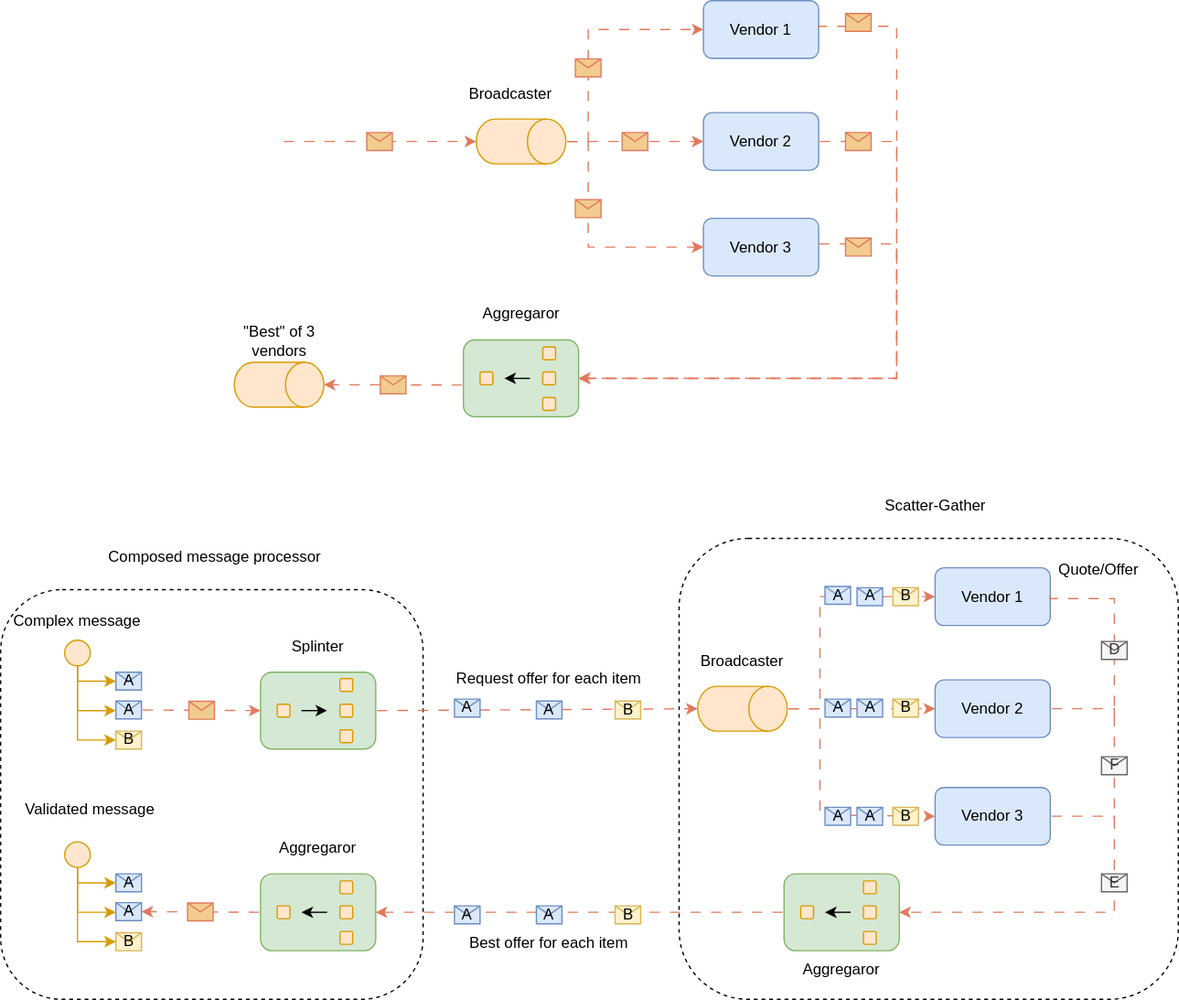
mladenkralev/integration-pattern keeps this draw.io diagram as images/Scatter-Gather.drawio.svg. Above is the earlier version. Source tidied: cells renumbered, new cells last; positions are measured from the earlier drawing's top-left corner, leaving out a move shared by most shapes.
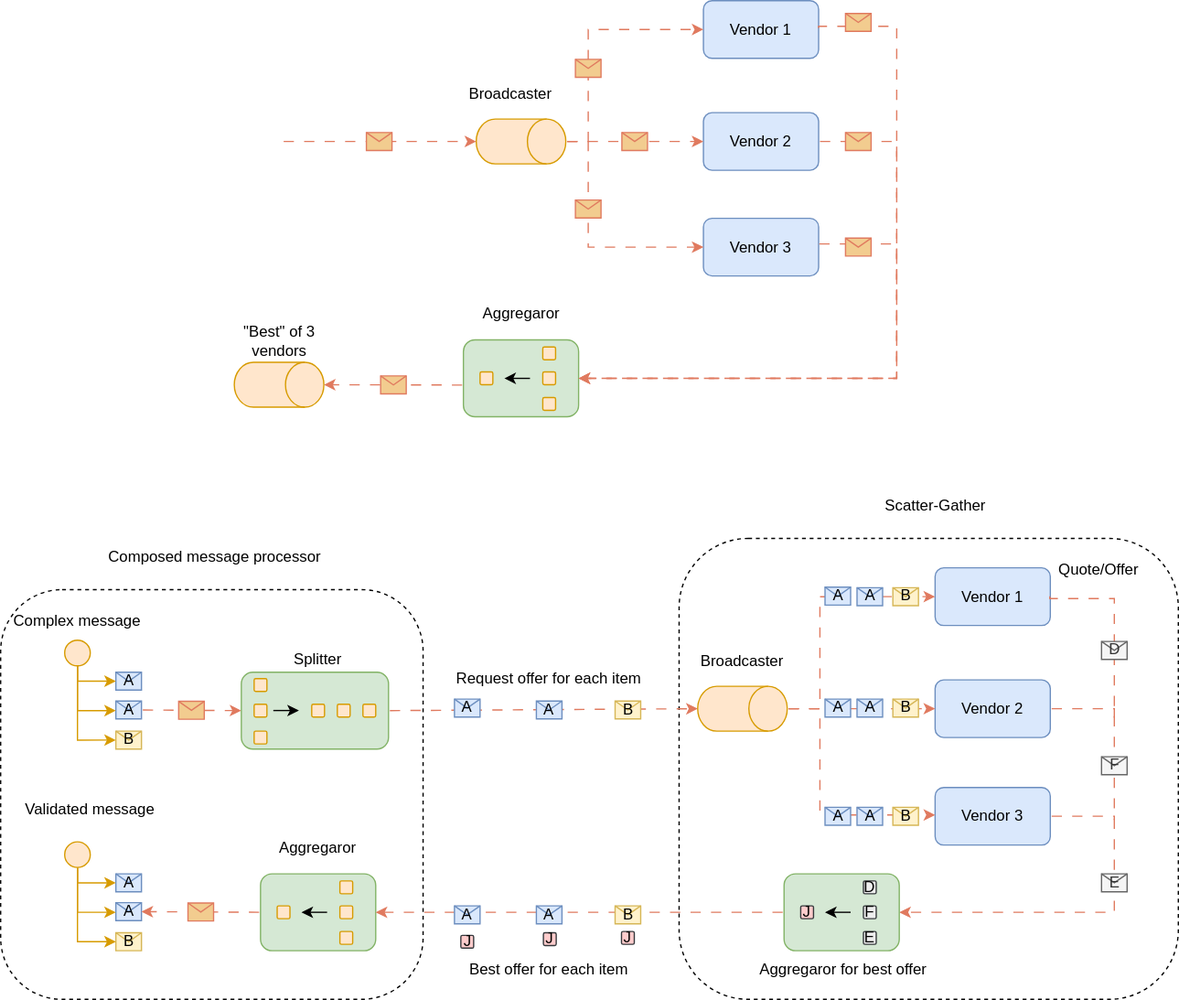
The same diagram one commit later.

Change to the diagram source:
```diff
@@ -32,30 +32,6 @@
     <mxCell id="10" style="rounded=1;whiteSpace=wrap;html=1;labelBackgroundColor=none;fillColor=#ffe6cc;strokeColor=#d79b00;arcSize=12;" parent="1" vertex="1">
       <mxGeometry x="265" y="687.5" width="10" height="10" as="geometry" />
     </mxCell>
-    <mxCell id="11" style="rounded=1;whiteSpace=wrap;html=1;labelBackgroundColor=none;fillColor=#d5e8d4;strokeColor=#82b366;" parent="1" vertex="1">
-      <mxGeometry x="203" y="524.5" width="90" height="60" as="geometry" />
-    </mxCell>
-    <mxCell id="12" style="rounded=1;whiteSpace=wrap;html=1;labelBackgroundColor=none;fillColor=#ffe6cc;strokeColor=#d79b00;arcSize=12;" parent="1" vertex="1">
-      <mxGeometry x="216" y="549.5" width="10" height="10" as="geometry" />
-    </mxCell>
-    <mxCell id="13" style="rounded=1;whiteSpace=wrap;html=1;labelBackgroundColor=none;fillColor=#ffe6cc;strokeColor=#d79b00;arcSize=12;" parent="1" vertex="1">
-      <mxGeometry x="265" y="529.5" width="10" height="10" as="geometry" />
-    </mxCell>
-    <mxCell id="14" style="rounded=1;whiteSpace=wrap;html=1;labelBackgroundColor=none;fillColor=#ffe6cc;strokeColor=#d79b00;arcSize=12;" parent="1" vertex="1">
-      <mxGeometry x="265" y="549.5" width="10" height="10" as="geometry" />
-    </mxCell>
-    <mxCell id="15" style="rounded=1;whiteSpace=wrap;html=1;labelBackgroundColor=none;fillColor=#ffe6cc;strokeColor=#d79b00;arcSize=12;" parent="1" vertex="1">
-      <mxGeometry x="265" y="569.5" width="10" height="10" as="geometry" />
-    </mxCell>
-    <mxCell id="16" style="endArrow=classic;html=1;rounded=0;" parent="1" edge="1">
-      <mxGeometry relative="1" as="geometry">
-        <mxPoint x="235" y="554.5" as="sourcePoint" />
-        <mxPoint x="255" y="554.5" as="targetPoint" />
-      </mxGeometry>
-    </mxCell>
-    <mxCell id="17" value="Splinter" style="text;html=1;align=center;verticalAlign=middle;whiteSpace=wrap;rounded=0;" parent="1" vertex="1">
-      <mxGeometry x="188" y="489.5" width="120" height="30" as="geometry" />
-    </mxCell>
     <mxCell id="18" value="Vendor 1" style="rounded=1;whiteSpace=wrap;html=1;labelBackgroundColor=none;fillColor=#dae8fc;strokeColor=#6c8ebf;" parent="1" vertex="1">
       <mxGeometry x="549" width="90" height="45" as="geometry" />
     </mxCell>
@@ -223,7 +199,7 @@
         </Array>
       </mxGeometry>
     </mxCell>
-    <mxCell id="56" style="endArrow=classic;html=1;rounded=0;flowAnimation=1;labelBackgroundColor=none;strokeColor=#E07A5F;fontColor=default;entryX=0.5;entryY=1;entryDx=0;entryDy=0;entryPerimeter=0;exitX=1;exitY=0.5;exitDx=0;exitDy=0;" parent="1" edge="1" source="11" target="49">
+    <mxCell id="56" style="endArrow=classic;html=1;rounded=0;flowAnimation=1;labelBackgroundColor=none;strokeColor=#E07A5F;fontColor=default;entryX=0.5;entryY=1;entryDx=0;entryDy=0;entryPerimeter=0;exitX=1;exitY=0.5;exitDx=0;exitDy=0;" parent="1" edge="1" source="111" target="49">
       <mxGeometry relative="1" as="geometry" />
     </mxCell>
     <mxCell id="57" value="Broadcaster" style="text;html=1;align=center;verticalAlign=middle;whiteSpace=wrap;rounded=0;" parent="1" vertex="1">
@@ -265,7 +241,7 @@
     <mxCell id="65" value="Complex message" style="text;html=1;align=center;verticalAlign=middle;whiteSpace=wrap;rounded=0;" parent="1" vertex="1">
       <mxGeometry y="469.5" width="120" height="30" as="geometry" />
     </mxCell>
-    <mxCell id="66" style="endArrow=classic;html=1;rounded=0;flowAnimation=1;labelBackgroundColor=none;strokeColor=#E07A5F;fontColor=default;entryX=0;entryY=0.5;entryDx=0;entryDy=0;exitX=1;exitY=0.5;exitDx=0;exitDy=0;" parent="1" edge="1" source="59" target="11">
+    <mxCell id="66" style="endArrow=classic;html=1;rounded=0;flowAnimation=1;labelBackgroundColor=none;strokeColor=#E07A5F;fontColor=default;entryX=0;entryY=0.5;entryDx=0;entryDy=0;exitX=1;exitY=0.5;exitDx=0;exitDy=0;" parent="1" edge="1" source="59" target="111">
       <mxGeometry relative="1" as="geometry" />
     </mxCell>
     <mxCell id="67" style="shape=message;html=1;labelBackgroundColor=none;fillColor=#F2CC8F;strokeColor=#E07A5F;fontColor=#393C56;" parent="66" vertex="1">
@@ -360,10 +336,10 @@
     <mxCell id="86" style="rounded=1;whiteSpace=wrap;html=1;labelBackgroundColor=none;fillColor=#d5e8d4;strokeColor=#82b366;" parent="1" vertex="1">
       <mxGeometry x="612" y="682" width="90" height="60" as="geometry" />
     </mxCell>
-    <mxCell id="87" style="rounded=1;whiteSpace=wrap;html=1;labelBackgroundColor=none;fillColor=#ffe6cc;strokeColor=#d79b00;arcSize=12;" parent="1" vertex="1">
+    <mxCell id="87" value="J" style="rounded=1;whiteSpace=wrap;html=1;labelBackgroundColor=none;fillColor=#ffcccc;strokeColor=#36393d;arcSize=12;" parent="1" vertex="1">
       <mxGeometry x="625" y="707" width="10" height="10" as="geometry" />
     </mxCell>
-    <mxCell id="88" style="rounded=1;whiteSpace=wrap;html=1;labelBackgroundColor=none;fillColor=#ffe6cc;strokeColor=#d79b00;arcSize=12;" parent="1" vertex="1">
+    <mxCell id="88" value="F" style="rounded=1;whiteSpace=wrap;html=1;labelBackgroundColor=none;fillColor=#eeeeee;strokeColor=#36393d;arcSize=12;" parent="1" vertex="1">
       <mxGeometry x="674" y="707" width="10" height="10" as="geometry" />
     </mxCell>
     <mxCell id="89" style="endArrow=none;html=1;rounded=0;endFill=0;startArrow=classic;startFill=1;" parent="1" edge="1">
@@ -372,13 +348,13 @@
         <mxPoint x="664" y="712" as="targetPoint" />
       </mxGeometry>
     </mxCell>
-    <mxCell id="90" value="Aggregaror" style="text;html=1;align=center;verticalAlign=middle;whiteSpace=wrap;rounded=0;" parent="1" vertex="1">
-      <mxGeometry x="597" y="742" width="120" height="30" as="geometry" />
+    <mxCell id="90" value="Aggregaror for best offer" style="text;html=1;align=center;verticalAlign=middle;whiteSpace=wrap;rounded=0;" parent="1" vertex="1">
+      <mxGeometry x="587" y="742" width="143" height="30" as="geometry" />
     </mxCell>
-    <mxCell id="91" style="rounded=1;whiteSpace=wrap;html=1;labelBackgroundColor=none;fillColor=#ffe6cc;strokeColor=#d79b00;arcSize=12;" parent="1" vertex="1">
+    <mxCell id="91" value="E" style="rounded=1;whiteSpace=wrap;html=1;labelBackgroundColor=none;fillColor=#eeeeee;strokeColor=#36393d;arcSize=12;" parent="1" vertex="1">
       <mxGeometry x="674" y="727" width="10" height="10" as="geometry" />
     </mxCell>
-    <mxCell id="92" style="rounded=1;whiteSpace=wrap;html=1;labelBackgroundColor=none;fillColor=#ffe6cc;strokeColor=#d79b00;arcSize=12;" parent="1" vertex="1">
+    <mxCell id="92" value="D" style="rounded=1;whiteSpace=wrap;html=1;labelBackgroundColor=none;fillColor=#eeeeee;arcSize=12;strokeColor=#36393d;" parent="1" vertex="1">
       <mxGeometry x="674" y="687.5" width="10" height="10" as="geometry" />
     </mxCell>
     <mxCell id="93" value="A" style="shape=message;html=1;labelBackgroundColor=none;fillColor=#dae8fc;strokeColor=#6c8ebf;" parent="1" vertex="1">
@@ -430,10 +406,52 @@
       <mxGeometry x="354.5" y="707" width="20" height="14" as="geometry" />
     </mxCell>
     <mxCell id="109" value="Best offer for each item" style="text;html=1;align=center;verticalAlign=middle;whiteSpace=wrap;rounded=0;" parent="1" vertex="1">
-      <mxGeometry x="342" y="721" width="173" height="30" as="geometry" />
+      <mxGeometry x="342" y="742" width="173" height="30" as="geometry" />
     </mxCell>
     <mxCell id="110" value="Request offer for each item" style="text;html=1;align=center;verticalAlign=middle;whiteSpace=wrap;rounded=0;" parent="1" vertex="1">
       <mxGeometry x="342" y="514.5" width="173" height="30" as="geometry" />
     </mxCell>
+    <mxCell id="111" style="rounded=1;whiteSpace=wrap;html=1;labelBackgroundColor=none;fillColor=#d5e8d4;strokeColor=#82b366;" parent="1" vertex="1">
+      <mxGeometry x="188" y="524.5" width="115" height="60" as="geometry" />
+    </mxCell>
+    <mxCell id="112" style="rounded=1;whiteSpace=wrap;html=1;labelBackgroundColor=none;fillColor=#ffe6cc;strokeColor=#d79b00;arcSize=12;" parent="1" vertex="1">
+      <mxGeometry x="198" y="549.5" width="10" height="10" as="geometry" />
+    </mxCell>
+    <mxCell id="113" style="rounded=1;whiteSpace=wrap;html=1;labelBackgroundColor=none;fillColor=#ffe6cc;strokeColor=#d79b00;arcSize=12;" parent="1" vertex="1">
+      <mxGeometry x="198" y="529.5" width="10" height="10" as="geometry" />
+    </mxCell>
+    <mxCell id="114" style="rounded=1;whiteSpace=wrap;html=1;labelBackgroundColor=none;fillColor=#ffe6cc;strokeColor=#d79b00;arcSize=12;" parent="1" vertex="1">
+      <mxGeometry x="283" y="549.5" width="10" height="10" as="geometry" />
+    </mxCell>
+    <mxCell id="115" style="rounded=1;whiteSpace=wrap;html=1;labelBackgroundColor=none;fillColor=#ffe6cc;strokeColor=#d79b00;arcSize=12;" parent="1" vertex="1">
+      <mxGeometry x="198" y="570.5" width="10" height="10" as="geometry" />
+    </mxCell>
+    <mxCell id="116" style="endArrow=classic;html=1;rounded=0;" parent="1" edge="1">
+      <mxGeometry relative="1" as="geometry">
+        <mxPoint x="213" y="554.4" as="sourcePoint" />
+        <mxPoint x="233" y="554.4" as="targetPoint" />
+        <Array as="points">
+          <mxPoint x="213" y="554.5" />
+        </Array>
+      </mxGeometry>
+    </mxCell>
+    <mxCell id="117" value="Splitter" style="text;html=1;align=center;verticalAlign=middle;whiteSpace=wrap;rounded=0;" parent="1" vertex="1">
+      <mxGeometry x="188" y="499.5" width="120" height="30" as="geometry" />
+    </mxCell>
+    <mxCell id="118" style="rounded=1;whiteSpace=wrap;html=1;labelBackgroundColor=none;fillColor=#ffe6cc;strokeColor=#d79b00;arcSize=12;" parent="1" vertex="1">
+      <mxGeometry x="243" y="549.5" width="10" height="10" as="geometry" />
+    </mxCell>
+    <mxCell id="119" style="rounded=1;whiteSpace=wrap;html=1;labelBackgroundColor=none;fillColor=#ffe6cc;strokeColor=#d79b00;arcSize=12;" parent="1" vertex="1">
+      <mxGeometry x="263" y="549.5" width="10" height="10" as="geometry" />
+    </mxCell>
+    <mxCell id="120" value="J" style="rounded=1;whiteSpace=wrap;html=1;labelBackgroundColor=none;fillColor=#ffcccc;strokeColor=#36393d;arcSize=12;" parent="1" vertex="1">
+      <mxGeometry x="485" y="727" width="10" height="10" as="geometry" />
+    </mxCell>
+    <mxCell id="121" value="J" style="rounded=1;whiteSpace=wrap;html=1;labelBackgroundColor=none;fillColor=#ffcccc;strokeColor=#36393d;arcSize=12;" parent="1" vertex="1">
+      <mxGeometry x="424" y="728" width="10" height="10" as="geometry" />
+    </mxCell>
+    <mxCell id="122" value="J" style="rounded=1;whiteSpace=wrap;html=1;labelBackgroundColor=none;fillColor=#ffcccc;strokeColor=#36393d;arcSize=12;" parent="1" vertex="1">
+      <mxGeometry x="359.5" y="730" width="10" height="10" as="geometry" />
+    </mxCell>
   </root>
 </mxGraphModel>
```
